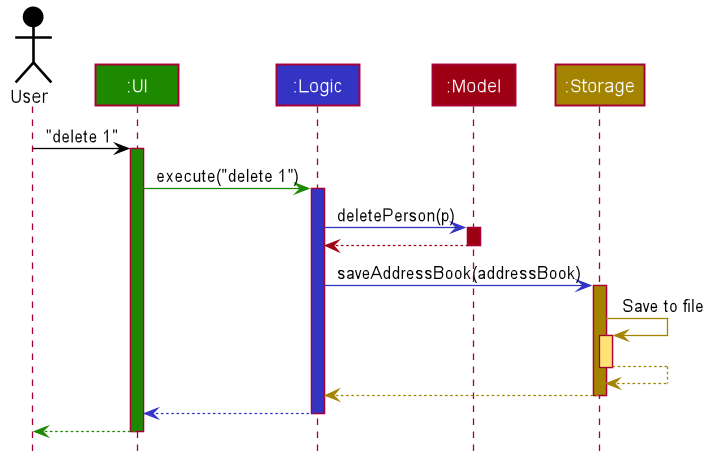
This is docs/images/ArchitectureSequenceDiagram.png from nus-cs2103-AY2223S1/tp, a PlantUML export, as it was before one commit.
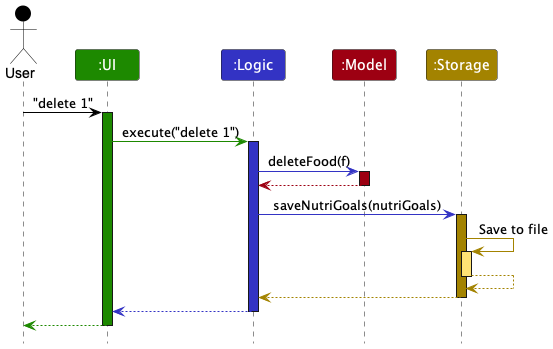
The same file after the commit.

Change to the diagram source:
```diff
@@ -1,85 +1,38 @@
 @startuml
+!include style.puml
 
+Actor User as user USER_COLOR
+Participant ":UI" as ui UI_COLOR
+Participant ":Logic" as logic LOGIC_COLOR
+Participant ":Model" as model MODEL_COLOR
+Participant ":Storage" as storage STORAGE_COLOR
 
+user -[USER_COLOR]> ui : "delete 1"
+activate ui UI_COLOR
 
+ui -[UI_COLOR]> logic : execute("delete 1")
+activate logic LOGIC_COLOR
 
+logic -[LOGIC_COLOR]> model : deleteFood(f)
+activate model MODEL_COLOR
 
-
-
-
-skinparam BackgroundColor #FFFFFFF
-
-skinparam Shadowing false
-
-skinparam Class {
-    FontColor #FFFFFF
-    BorderThickness 1
-    BorderColor #FFFFFF
-    StereotypeFontColor #FFFFFF
-    FontName Arial
-}
-
-skinparam Actor {
-    BorderColor #000000
-    Color #000000
-    FontName Arial
-}
-
-skinparam Sequence {
-    MessageAlign center
-    BoxFontSize 15
-    BoxPadding 0
-    BoxFontColor #FFFFFF
-    FontName Arial
-}
-
-skinparam Participant {
-    FontColor #FFFFFFF
-    Padding 20
-}
-
-skinparam MinClassWidth 50
-skinparam ParticipantPadding 10
-skinparam Shadowing false
-skinparam DefaultTextAlignment center
-skinparam packageStyle Rectangle
-
-hide footbox
-hide members
-hide circle
-
-Actor User as user #000000
-Participant ":UI" as ui #1D8900
-Participant ":Logic" as logic #3333C4
-Participant ":Model" as model #9D0012
-Participant ":Storage" as storage #A38300
-
-user -[#000000]> ui : "delete 1"
-activate ui #1D8900
-
-ui -[#1D8900]> logic : execute("delete 1")
-activate logic #3333C4
-
-logic -[#3333C4]> model : deletePerson(p)
-activate model #9D0012
-
-model -[#9D0012]-> logic
+model -[MODEL_COLOR]-> logic
 deactivate model
 
-logic -[#3333C4]> storage : saveAddressBook(addressBook)
-activate storage #A38300
+logic -[LOGIC_COLOR]> storage : saveNutriGoals(nutriGoals)
+activate storage STORAGE_COLOR
 
-storage -[#A38300]> storage : Save to file
-activate storage #FFE374
-storage --[#A38300]> storage
+storage -[STORAGE_COLOR]> storage : Save to file
+activate storage STORAGE_COLOR_T1
+storage --[STORAGE_COLOR]> storage
 deactivate storage
 
-storage --[#A38300]> logic
+storage --[STORAGE_COLOR]> logic
 deactivate storage
 
-logic --[#3333C4]> ui
+logic --[LOGIC_COLOR]> ui
 deactivate logic
 
-ui--[#1D8900]> user
+ui--[UI_COLOR]> user
 deactivate ui
 @enduml
```
